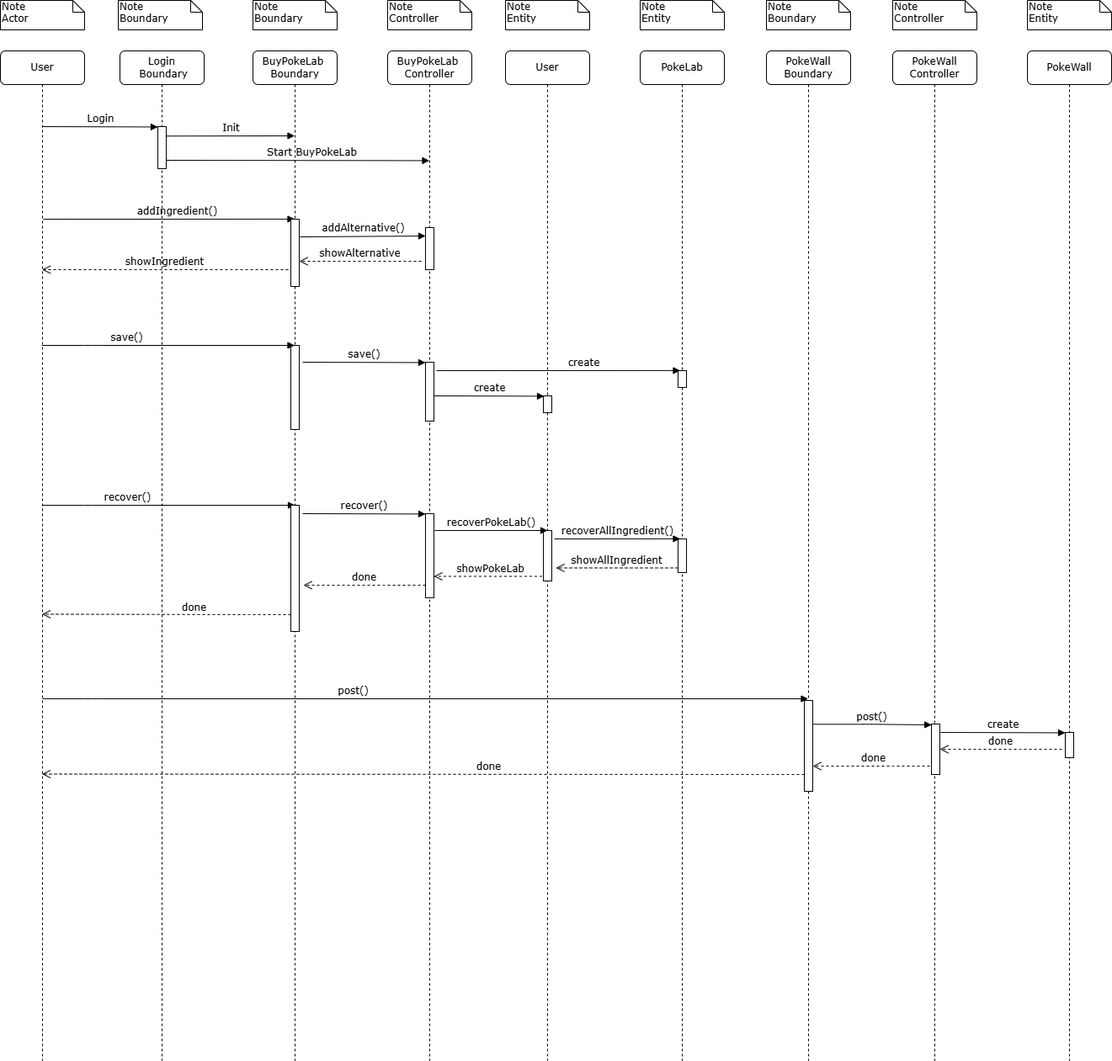
This is diagrams/SequenceDiagram.drawio.png from matteopinfildi/YourPoke-ISPWProject, a draw.io export, as it was before one commit. Source tidied: cells renumbered, new cells last; positions are measured from the earlier drawing's top-left corner, leaving out a move shared by most shapes.
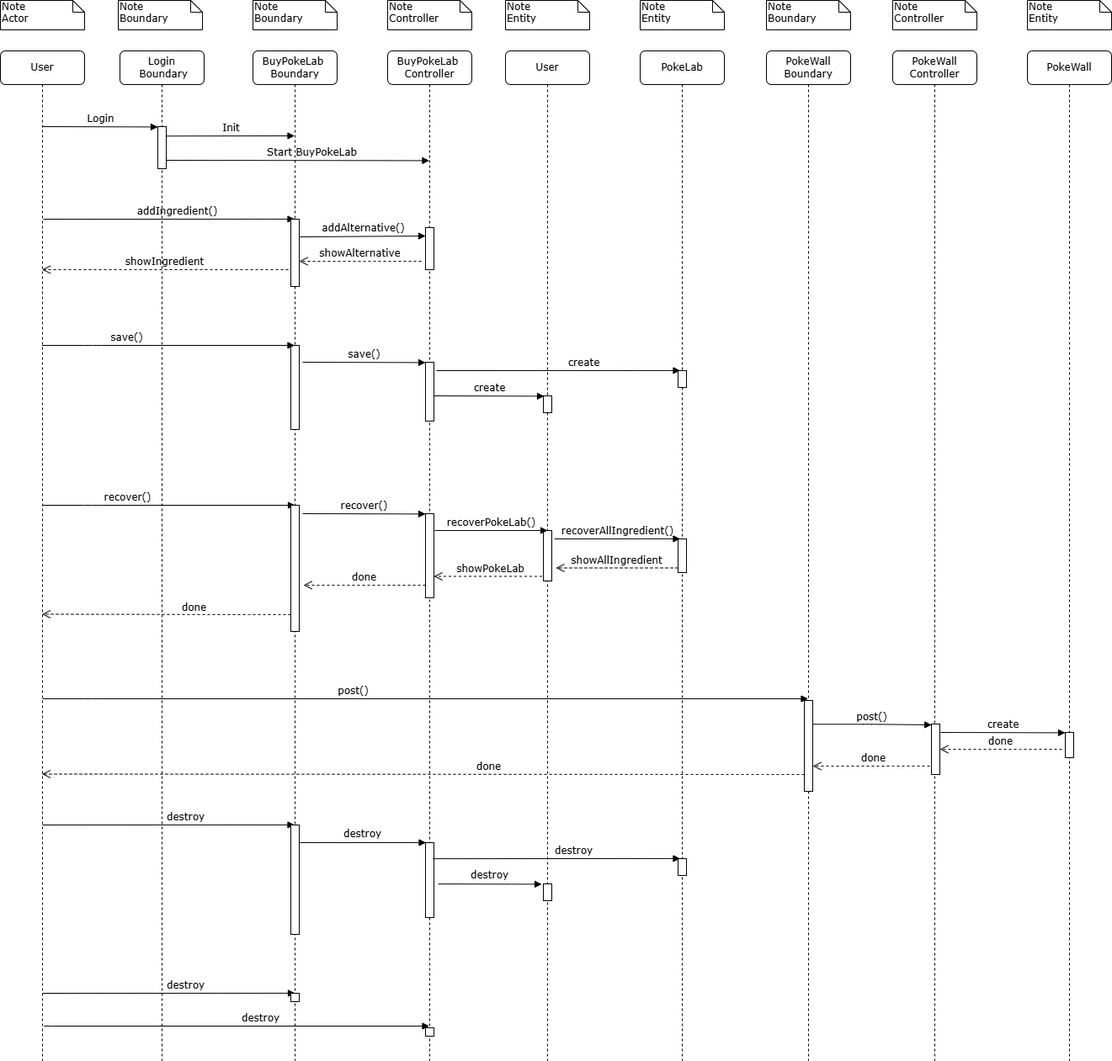
After the change.

Change to the diagram source:
```diff
@@ -25,6 +25,11 @@
         <mxPoint x="51" y="200" as="sourcePoint" />
       </mxGeometry>
     </mxCell>
+    <mxCell id="59" value="destroy" style="html=1;verticalAlign=bottom;endArrow=block;labelBackgroundColor=none;fontFamily=Verdana;fontSize=12;edgeStyle=elbowEdgeStyle;elbow=vertical;" parent="7" edge="1" target="15">
+      <mxGeometry x="0.14" relative="1" as="geometry">
+        <mxPoint x="50" y="920" as="sourcePoint" />
+      </mxGeometry>
+    </mxCell>
     <mxCell id="9" value="Login&lt;div&gt;&amp;nbsp;Boundary&lt;/div&gt;" style="shape=umlLifeline;perimeter=lifelinePerimeter;whiteSpace=wrap;html=1;rounded=1;shadow=0;comic=0;labelBackgroundColor=none;strokeWidth=1;fontFamily=Verdana;fontSize=12;align=center;" parent="1" vertex="1">
       <mxGeometry x="142" y="60" width="100" height="1200" as="geometry" />
     </mxCell>
@@ -85,6 +90,9 @@
     <mxCell id="19" style="html=1;perimeter=orthogonalPerimeter;rounded=0;shadow=0;comic=0;labelBackgroundColor=none;strokeWidth=1;fontFamily=Verdana;fontSize=12;align=center;" parent="15" vertex="1">
       <mxGeometry x="45" y="540" width="10" height="150" as="geometry" />
     </mxCell>
+    <mxCell id="60" style="html=1;perimeter=orthogonalPerimeter;rounded=0;shadow=0;comic=0;labelBackgroundColor=none;strokeWidth=1;fontFamily=Verdana;fontSize=12;align=center;" parent="15" vertex="1">
+      <mxGeometry x="45" y="920" width="10" height="130" as="geometry" />
+    </mxCell>
     <mxCell id="20" value="Init" style="html=1;verticalAlign=bottom;endArrow=block;labelBackgroundColor=none;fontFamily=Verdana;fontSize=12;edgeStyle=elbowEdgeStyle;elbow=vertical;exitX=1;exitY=0.225;exitDx=0;exitDy=0;exitPerimeter=0;" parent="1" edge="1" source="10" target="15">
       <mxGeometry x="0.01" relative="1" as="geometry" />
     </mxCell>
@@ -129,6 +137,12 @@
         </Array>
       </mxGeometry>
     </mxCell>
+    <mxCell id="61" style="html=1;perimeter=orthogonalPerimeter;rounded=0;shadow=0;comic=0;labelBackgroundColor=none;strokeWidth=1;fontFamily=Verdana;fontSize=12;align=center;" parent="21" vertex="1">
+      <mxGeometry x="45" y="941" width="10" height="89" as="geometry" />
+    </mxCell>
+    <mxCell id="62" style="html=1;perimeter=orthogonalPerimeter;rounded=0;shadow=0;comic=0;labelBackgroundColor=none;strokeWidth=1;fontFamily=Verdana;fontSize=12;align=center;" parent="21" vertex="1">
+      <mxGeometry x="45" y="1161" width="10" height="10" as="geometry" />
+    </mxCell>
     <mxCell id="29" value="Start BuyPokeLab" style="html=1;verticalAlign=bottom;endArrow=block;labelBackgroundColor=none;fontFamily=Verdana;fontSize=12;edgeStyle=elbowEdgeStyle;elbow=vertical;exitX=1;exitY=0.225;exitDx=0;exitDy=0;exitPerimeter=0;" parent="1" edge="1" target="21">
       <mxGeometry x="0.11" relative="1" as="geometry">
         <mxPoint x="197" y="190" as="sourcePoint" />
@@ -149,6 +163,21 @@
     <mxCell id="33" style="html=1;points=[];perimeter=orthogonalPerimeter;rounded=0;shadow=0;comic=0;labelBackgroundColor=none;strokeWidth=1;fontFamily=Verdana;fontSize=12;align=center;" parent="30" vertex="1">
       <mxGeometry x="45" y="570" width="10" height="60" as="geometry" />
     </mxCell>
+    <mxCell id="63" value="destroy" style="html=1;verticalAlign=bottom;endArrow=block;labelBackgroundColor=none;fontFamily=Verdana;fontSize=12;edgeStyle=elbowEdgeStyle;elbow=vertical;" parent="30" edge="1">
+      <mxGeometry x="0.14" relative="1" as="geometry">
+        <mxPoint x="-86" y="960.1" as="sourcePoint" />
+        <mxPoint x="207.5" y="960.3" as="targetPoint" />
+      </mxGeometry>
+    </mxCell>
+    <mxCell id="64" style="html=1;perimeter=orthogonalPerimeter;rounded=0;shadow=0;comic=0;labelBackgroundColor=none;strokeWidth=1;fontFamily=Verdana;fontSize=12;align=center;" parent="30" vertex="1">
+      <mxGeometry x="45" y="990" width="10" height="20" as="geometry" />
+    </mxCell>
+    <mxCell id="65" value="destroy" style="html=1;verticalAlign=bottom;endArrow=block;labelBackgroundColor=none;fontFamily=Verdana;fontSize=12;edgeStyle=elbowEdgeStyle;elbow=vertical;" parent="30" edge="1">
+      <mxGeometry x="-0.01" y="1" relative="1" as="geometry">
+        <mxPoint x="-80" y="990.1" as="sourcePoint" />
+        <mxPoint x="43" y="990" as="targetPoint" />
+      </mxGeometry>
+    </mxCell>
     <mxCell id="34" value="Note&lt;div&gt;Entity&lt;/div&gt;" style="shape=note;whiteSpace=wrap;html=1;size=14;verticalAlign=top;align=left;spacingTop=-6;rounded=0;shadow=0;comic=0;labelBackgroundColor=none;strokeWidth=1;fontFamily=Verdana;fontSize=12;" parent="1" vertex="1">
       <mxGeometry x="760" width="100" height="35" as="geometry" />
     </mxCell>
@@ -161,6 +190,9 @@
     <mxCell id="37" style="html=1;perimeter=orthogonalPerimeter;rounded=0;shadow=0;comic=0;labelBackgroundColor=none;strokeWidth=1;fontFamily=Verdana;fontSize=12;align=center;" parent="35" vertex="1">
       <mxGeometry x="45" y="580" width="10" height="40" as="geometry" />
     </mxCell>
+    <mxCell id="66" style="html=1;perimeter=orthogonalPerimeter;rounded=0;shadow=0;comic=0;labelBackgroundColor=none;strokeWidth=1;fontFamily=Verdana;fontSize=12;align=center;" parent="35" vertex="1">
+      <mxGeometry x="45" y="960" width="10" height="20" as="geometry" />
+    </mxCell>
     <mxCell id="38" value="save()" style="html=1;verticalAlign=bottom;endArrow=block;labelBackgroundColor=none;fontFamily=Verdana;fontSize=12;edgeStyle=elbowEdgeStyle;elbow=vertical;" parent="1" edge="1" source="7" target="15">
       <mxGeometry x="-0.33" relative="1" as="geometry">
         <Array as="points">
@@ -279,5 +311,28 @@
         </Array>
       </mxGeometry>
     </mxCell>
+    <mxCell id="67" value="destroy" style="html=1;verticalAlign=bottom;endArrow=block;labelBackgroundColor=none;fontFamily=Verdana;fontSize=12;edgeStyle=elbowEdgeStyle;elbow=vertical;" parent="1" edge="1">
+      <mxGeometry x="-0.01" y="1" relative="1" as="geometry">
+        <mxPoint x="356" y="1001" as="sourcePoint" />
+        <mxPoint x="505.5" y="1000.9" as="targetPoint" />
+      </mxGeometry>
+    </mxCell>
+    <mxCell id="68" value="destroy" style="html=1;verticalAlign=bottom;endArrow=block;labelBackgroundColor=none;fontFamily=Verdana;fontSize=12;edgeStyle=elbowEdgeStyle;elbow=vertical;" parent="1" edge="1">
+      <mxGeometry x="0.14" relative="1" as="geometry">
+        <mxPoint x="50" y="1180" as="sourcePoint" />
+        <mxPoint x="350" y="1180" as="targetPoint" />
+      </mxGeometry>
+    </mxCell>
+    <mxCell id="69" style="html=1;perimeter=orthogonalPerimeter;rounded=0;shadow=0;comic=0;labelBackgroundColor=none;strokeWidth=1;fontFamily=Verdana;fontSize=12;align=center;" parent="1" vertex="1">
+      <mxGeometry x="345" y="1180" width="10" height="10" as="geometry" />
+    </mxCell>
+    <mxCell id="70" value="destroy" style="html=1;verticalAlign=bottom;endArrow=block;labelBackgroundColor=none;fontFamily=Verdana;fontSize=12;edgeStyle=elbowEdgeStyle;elbow=vertical;" parent="1" edge="1" target="21">
+      <mxGeometry x="0.14" relative="1" as="geometry">
+        <mxPoint x="55" y="1219" as="sourcePoint" />
+        <Array as="points">
+          <mxPoint x="50" y="1219" />
+        </Array>
+      </mxGeometry>
+    </mxCell>
   </root>
 </mxGraphModel>
```
